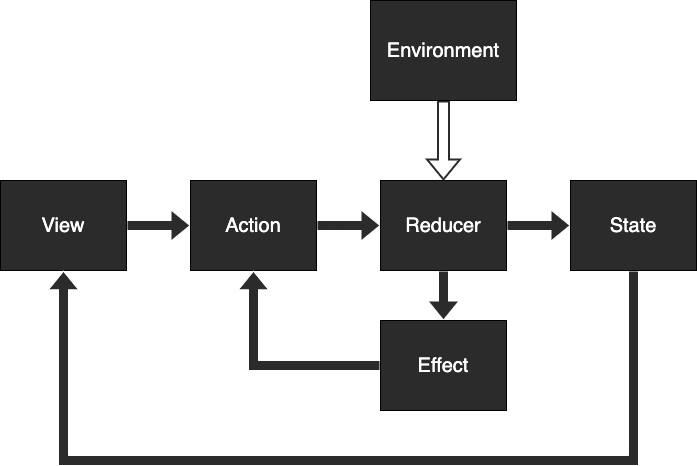
kalupas226/PresentationForStudy keeps this draw.io diagram as TCA勉強会発表資料/ExamplesのSearchプロジェクトから学ぶTCA/tca.drawio.png. Above is the earlier version. Source tidied: cells renumbered, new cells last; positions are measured from the earlier drawing's top-left corner, leaving out a move shared by most shapes.
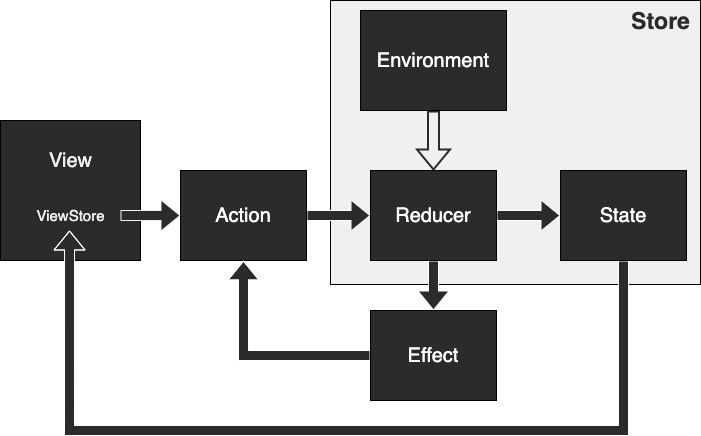
Later version of the same file.

What changed in the source:
```diff
@@ -2,13 +2,13 @@
   <root>
     <mxCell id="0" />
     <mxCell id="1" parent="0" />
-    <mxCell id="2" style="edgeStyle=orthogonalEdgeStyle;shape=flexArrow;rounded=0;jettySize=auto;html=1;exitX=1;exitY=0.5;exitDx=0;exitDy=0;entryX=0;entryY=0.5;entryDx=0;entryDy=0;fillColor=#2B2B2B;strokeColor=#FFFFFF;" parent="1" edge="1" source="3" target="5">
-      <mxGeometry relative="1" as="geometry" />
-    </mxCell>
+    <mxCell id="15" style="whiteSpace=wrap;html=1;fillColor=#F0F0F0;" parent="1" vertex="1">
+      <mxGeometry x="340" y="10" width="370" height="284" as="geometry" />
+    </mxCell>
-    <mxCell id="3" value="&lt;font style=&quot;font-size: 20px&quot;&gt;View&lt;/font&gt;" style="whiteSpace=wrap;html=1;fillColor=#2B2B2B;fontColor=#FFFFFF;" parent="1" vertex="1">
-      <mxGeometry y="180" width="126" height="90" as="geometry" />
+    <mxCell id="3" style="whiteSpace=wrap;html=1;fillColor=#2B2B2B;fontColor=#FFFFFF;" parent="1" vertex="1">
+      <mxGeometry x="10" y="130" width="140" height="140" as="geometry" />
     </mxCell>
-    <mxCell id="4" style="edgeStyle=orthogonalEdgeStyle;shape=flexArrow;rounded=0;jettySize=auto;html=1;fillColor=#2B2B2B;strokeColor=#FFFFFF;" parent="1" edge="1" source="5" target="8">
+    <mxCell id="4" style="edgeStyle=orthogonalEdgeStyle;shape=flexArrow;rounded=0;jettySize=auto;html=1;fillColor=#2B2B2B;fontColor=#F0F0F0;strokeColor=#FFFFFF;" parent="1" edge="1" source="5" target="8">
       <mxGeometry relative="1" as="geometry" />
     </mxCell>
     <mxCell id="5" value="&lt;font style=&quot;font-size: 20px&quot;&gt;Action&lt;/font&gt;" style="whiteSpace=wrap;html=1;fillColor=#2B2B2B;fontColor=#FFFFFF;" parent="1" vertex="1">
@@ -23,11 +23,11 @@
     <mxCell id="8" value="&lt;span style=&quot;font-size: 20px&quot;&gt;Reducer&lt;/span&gt;" style="whiteSpace=wrap;html=1;fillColor=#2B2B2B;fontColor=#FFFFFF;" parent="1" vertex="1">
       <mxGeometry x="380" y="180" width="126" height="90" as="geometry" />
     </mxCell>
-    <mxCell id="9" style="edgeStyle=orthogonalEdgeStyle;shape=flexArrow;rounded=0;jettySize=auto;html=1;exitX=0.5;exitY=1;exitDx=0;exitDy=0;fillColor=#2B2B2B;strokeColor=#FFFFFF;" parent="1" edge="1" source="10" target="3">
+    <mxCell id="9" style="edgeStyle=orthogonalEdgeStyle;shape=flexArrow;rounded=0;jettySize=auto;html=1;exitX=0.5;exitY=1;exitDx=0;exitDy=0;fillColor=#2B2B2B;entryX=0.488;entryY=1.25;entryDx=0;entryDy=0;entryPerimeter=0;strokeColor=#FFFFFF;" parent="1" edge="1" source="10" target="18">
       <mxGeometry relative="1" as="geometry">
         <Array as="points">
-          <mxPoint x="633" y="460" />
-          <mxPoint x="63" y="460" />
+          <mxPoint x="633" y="440" />
+          <mxPoint x="79" y="440" />
         </Array>
       </mxGeometry>
     </mxCell>
@@ -44,7 +44,21 @@
       <mxGeometry relative="1" as="geometry" />
     </mxCell>
     <mxCell id="14" value="&lt;font style=&quot;font-size: 20px&quot;&gt;Environment&lt;br&gt;&lt;/font&gt;" style="whiteSpace=wrap;html=1;fillColor=#2B2B2B;fontColor=#FFFFFF;" parent="1" vertex="1">
-      <mxGeometry x="370" width="146" height="100" as="geometry" />
+      <mxGeometry x="370" y="20" width="146" height="100" as="geometry" />
     </mxCell>
+    <mxCell id="16" value="&lt;font style=&quot;font-size: 23px&quot;&gt;Store&lt;/font&gt;" style="text;html=1;align=center;verticalAlign=middle;strokeColor=none;rounded=0;spacingTop=7;spacingBottom=5;spacingLeft=3;spacingRight=3;fontColor=#2B2B2B;fontStyle=1;" parent="1" vertex="1">
+      <mxGeometry x="630" y="10" width="80" height="40" as="geometry" />
+    </mxCell>
+    <mxCell id="17" value="&lt;meta charset=&quot;utf-8&quot;&gt;&lt;span style=&quot;color: rgb(240, 240, 240); font-family: helvetica; font-size: 20px; font-style: normal; font-weight: 400; letter-spacing: normal; text-align: center; text-indent: 0px; text-transform: none; word-spacing: 0px; background-color: rgb(42, 42, 42); display: inline; float: none;&quot;&gt;View&lt;/span&gt;" style="text;html=1;align=center;verticalAlign=middle;fillColor=none;strokeColor=none;rounded=0;" parent="1" vertex="1">
+      <mxGeometry x="50" y="160" width="60" height="20" as="geometry" />
+    </mxCell>
+    <mxCell id="18" value="&lt;span style=&quot;color: rgb(240 , 240 , 240) ; font-family: &amp;#34;helvetica&amp;#34; ; font-style: normal ; font-weight: 400 ; letter-spacing: normal ; text-align: center ; text-indent: 0px ; text-transform: none ; word-spacing: 0px ; background-color: rgb(42 , 42 , 42) ; display: inline ; float: none&quot;&gt;&lt;font style=&quot;font-size: 15px&quot;&gt;ViewStore&lt;/font&gt;&lt;br&gt;&lt;/span&gt;" style="text;html=1;align=center;verticalAlign=middle;points=[];fillColor=none;strokeColor=none;rounded=0;" parent="1" vertex="1">
+      <mxGeometry x="40" y="215" width="80" height="20" as="geometry" />
+    </mxCell>
+    <mxCell id="19" style="edgeStyle=orthogonalEdgeStyle;shape=flexArrow;rounded=0;jettySize=auto;html=1;fillColor=#2B2B2B;strokeColor=#F0F0F0;" parent="1" edge="1" target="5">
+      <mxGeometry relative="1" as="geometry">
+        <mxPoint x="130" y="225" as="sourcePoint" />
+      </mxGeometry>
+    </mxCell>
   </root>
 </mxGraphModel>
```
